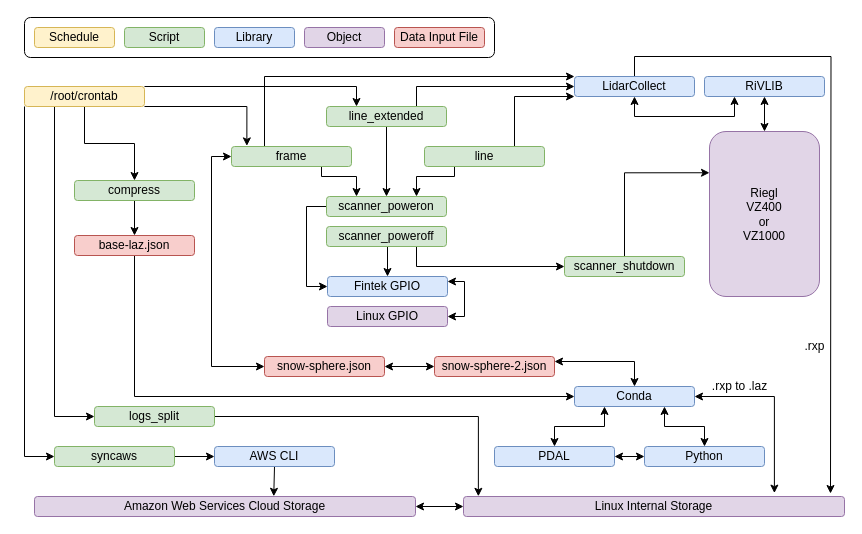
Above: Images/Software_Schematic.drawio in CRREL/Mammoth-A-TLS (draw.io), before the change. Source tidied: cells renumbered, new cells numbered last; positions are measured from the earlier drawing's top-left corner, leaving out a move shared by most shapes. Both pictures are drawn from the tidied source at 100%, with x=0, y=0 at pixel (24, 17).
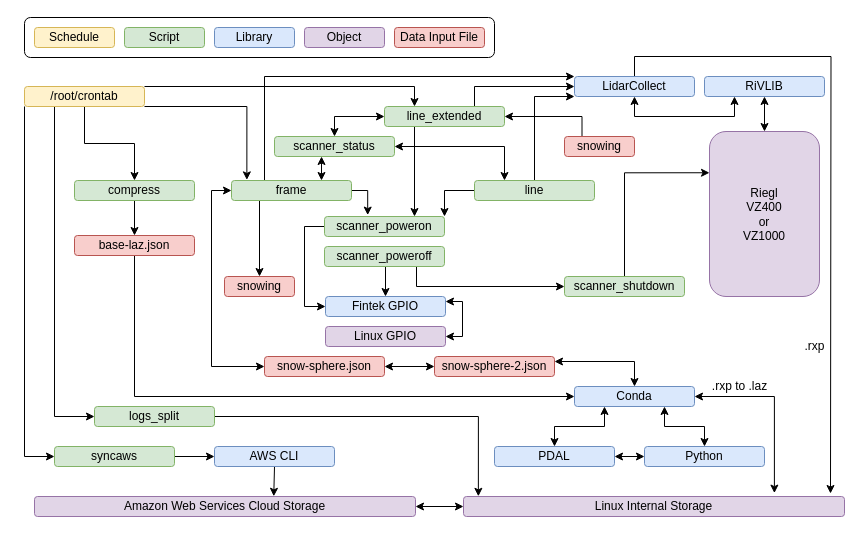
After the change.

Commit message (it also covers changes not shown here):
corrected schematics to remove poweroff calls

The change refers to these unchanged cells:
```xml
<mxCell id="8" value="/root/crontab" style="rounded=1;whiteSpace=wrap;html=1;fillColor=#fff2cc;strokeColor=#d6b656;" parent="1" vertex="1">
  <mxGeometry y="69" width="120" height="20" as="geometry" />
</mxCell>
<mxCell id="20" value="LidarCollect" style="rounded=1;whiteSpace=wrap;html=1;fillColor=#dae8fc;strokeColor=#6c8ebf;" parent="1" vertex="1">
  <mxGeometry x="550" y="59" width="120" height="20" as="geometry" />
</mxCell>
```

Change to the diagram source:
```diff
@@
     <mxCell id="6" style="edgeStyle=orthogonalEdgeStyle;rounded=0;jettySize=auto;html=1;exitX=1;exitY=0;exitDx=0;exitDy=0;entryX=0.25;entryY=0;entryDx=0;entryDy=0;" parent="1" edge="1" source="8" target="62">
       <mxGeometry relative="1" as="geometry">
         <Array as="points">
-          <mxPoint x="332" y="69" />
+          <mxPoint x="390" y="69" />
         </Array>
       </mxGeometry>
     </mxCell>
@@
     <mxCell id="9" style="edgeStyle=orthogonalEdgeStyle;rounded=0;jettySize=auto;html=1;exitX=1;exitY=0.25;exitDx=0;exitDy=0;entryX=1;entryY=0.5;entryDx=0;entryDy=0;startArrow=classic;startFill=1;" parent="1" edge="1" source="10" target="55">
       <mxGeometry relative="1" as="geometry">
         <Array as="points">
-          <mxPoint x="440" y="264" />
-          <mxPoint x="440" y="299" />
+          <mxPoint x="438" y="284" />
+          <mxPoint x="438" y="319" />
         </Array>
       </mxGeometry>
     </mxCell>
     <mxCell id="10" value="Fintek GPIO" style="rounded=1;whiteSpace=wrap;html=1;fillColor=#dae8fc;strokeColor=#6c8ebf;" parent="1" vertex="1">
-      <mxGeometry x="303" y="259" width="120" height="20" as="geometry" />
+      <mxGeometry x="301" y="279" width="120" height="20" as="geometry" />
     </mxCell>
@@
-    <mxCell id="12" style="edgeStyle=orthogonalEdgeStyle;rounded=0;jettySize=auto;html=1;exitX=0.75;exitY=1;exitDx=0;exitDy=0;entryX=0.25;entryY=0;entryDx=0;entryDy=0;startArrow=none;startFill=0;" parent="1" edge="1" source="15" target="35">
-      <mxGeometry relative="1" as="geometry">
-        <Array as="points">
-          <mxPoint x="297" y="159" />
-          <mxPoint x="332" y="159" />
-        </Array>
-      </mxGeometry>
-    </mxCell>
     <mxCell id="13" style="edgeStyle=orthogonalEdgeStyle;rounded=0;jettySize=auto;html=1;exitX=0.25;exitY=0;exitDx=0;exitDy=0;entryX=0;entryY=0;entryDx=0;entryDy=0;startArrow=none;startFill=0;" parent="1" edge="1" source="15" target="20">
       <mxGeometry relative="1" as="geometry">
         <Array as="points">
-          <mxPoint x="240" y="129" />
+          <mxPoint x="240" y="163" />
           <mxPoint x="240" y="59" />
         </Array>
       </mxGeometry>
     </mxCell>
@@
+    <mxCell id="12" style="edgeStyle=orthogonalEdgeStyle;rounded=0;jettySize=auto;html=1;exitX=1;exitY=0.5;exitDx=0;exitDy=0;entryX=0.36;entryY=-0.07;entryDx=0;entryDy=0;entryPerimeter=0;" parent="1" edge="1" source="15" target="35">
+      <mxGeometry relative="1" as="geometry" />
+    </mxCell>
+    <mxCell id="67" style="edgeStyle=orthogonalEdgeStyle;rounded=0;jettySize=auto;html=1;exitX=0.75;exitY=0;exitDx=0;exitDy=0;entryX=0.392;entryY=1;entryDx=0;entryDy=0;entryPerimeter=0;startArrow=classic;startFill=1;" parent="1" edge="1" source="15" target="71">
+      <mxGeometry relative="1" as="geometry" />
+    </mxCell>
+    <mxCell id="68" style="edgeStyle=orthogonalEdgeStyle;rounded=0;jettySize=auto;html=1;exitX=0.25;exitY=1;exitDx=0;exitDy=0;entryX=0.5;entryY=0;entryDx=0;entryDy=0;startArrow=none;startFill=0;" parent="1" edge="1" source="15" target="74">
+      <mxGeometry relative="1" as="geometry">
+        <Array as="points">
+          <mxPoint x="235" y="183" />
+        </Array>
+      </mxGeometry>
+    </mxCell>
     <mxCell id="15" value="frame" style="rounded=1;whiteSpace=wrap;html=1;fillColor=#d5e8d4;strokeColor=#82b366;" parent="1" vertex="1">
-      <mxGeometry x="207" y="129" width="120" height="20" as="geometry" />
+      <mxGeometry x="207" y="163" width="120" height="20" as="geometry" />
     </mxCell>
@@
+    <mxCell id="22" style="edgeStyle=orthogonalEdgeStyle;rounded=0;jettySize=auto;html=1;exitX=0.5;exitY=0;exitDx=0;exitDy=0;entryX=0;entryY=1;entryDx=0;entryDy=0;" parent="1" edge="1" source="23" target="20">
+      <mxGeometry relative="1" as="geometry">
+        <Array as="points">
+          <mxPoint x="510" y="79" />
+        </Array>
+      </mxGeometry>
+    </mxCell>
+    <mxCell id="69" style="edgeStyle=orthogonalEdgeStyle;rounded=0;jettySize=auto;html=1;exitX=0.25;exitY=0;exitDx=0;exitDy=0;entryX=1;entryY=0.5;entryDx=0;entryDy=0;startArrow=classic;startFill=1;" parent="1" edge="1" source="23" target="71">
+      <mxGeometry relative="1" as="geometry" />
+    </mxCell>
-    <mxCell id="21" style="edgeStyle=orthogonalEdgeStyle;rounded=0;jettySize=auto;html=1;exitX=0.25;exitY=1;exitDx=0;exitDy=0;entryX=0.75;entryY=0;entryDx=0;entryDy=0;" parent="1" edge="1" source="23" target="35">
-      <mxGeometry relative="1" as="geometry">
-        <Array as="points">
-          <mxPoint x="430" y="159" />
-          <mxPoint x="392" y="159" />
-        </Array>
-      </mxGeometry>
+    <mxCell id="21" style="edgeStyle=orthogonalEdgeStyle;rounded=0;jettySize=auto;html=1;exitX=0;exitY=0.5;exitDx=0;exitDy=0;entryX=1;entryY=0;entryDx=0;entryDy=0;" parent="1" edge="1" source="23" target="35">
+      <mxGeometry relative="1" as="geometry" />
     </mxCell>
-    <mxCell id="22" style="edgeStyle=orthogonalEdgeStyle;rounded=0;jettySize=auto;html=1;exitX=0.75;exitY=0;exitDx=0;exitDy=0;entryX=0;entryY=1;entryDx=0;entryDy=0;" parent="1" edge="1" source="23" target="20">
-      <mxGeometry relative="1" as="geometry">
-        <Array as="points">
-          <mxPoint x="490" y="79" />
-        </Array>
-      </mxGeometry>
-    </mxCell>
     <mxCell id="23" value="line" style="rounded=1;whiteSpace=wrap;html=1;fillColor=#d5e8d4;strokeColor=#82b366;" parent="1" vertex="1">
-      <mxGeometry x="400" y="129" width="120" height="20" as="geometry" />
+      <mxGeometry x="450" y="163" width="120" height="20" as="geometry" />
     </mxCell>
@@
     <mxCell id="35" value="scanner_poweron" style="rounded=1;whiteSpace=wrap;html=1;fillColor=#d5e8d4;strokeColor=#82b366;" parent="1" vertex="1">
-      <mxGeometry x="302" y="179" width="120" height="20" as="geometry" />
+      <mxGeometry x="300" y="199" width="120" height="20" as="geometry" />
     </mxCell>
@@
     <mxCell id="38" value="scanner_poweroff" style="rounded=1;whiteSpace=wrap;html=1;fillColor=#d5e8d4;strokeColor=#82b366;" parent="1" vertex="1">
-      <mxGeometry x="302" y="209" width="120" height="20" as="geometry" />
+      <mxGeometry x="300" y="229" width="120" height="20" as="geometry" />
     </mxCell>
@@
     <mxCell id="40" value="scanner_shutdown" style="rounded=1;whiteSpace=wrap;html=1;fillColor=#d5e8d4;strokeColor=#82b366;" parent="1" vertex="1">
-      <mxGeometry x="540" y="239" width="120" height="20" as="geometry" />
+      <mxGeometry x="540" y="259" width="120" height="20" as="geometry" />
     </mxCell>
@@
     <mxCell id="55" value="Linux GPIO" style="rounded=1;whiteSpace=wrap;html=1;fillColor=#e1d5e7;strokeColor=#9673a6;" parent="1" vertex="1">
-      <mxGeometry x="303" y="289" width="120" height="20" as="geometry" />
+      <mxGeometry x="301" y="309" width="120" height="20" as="geometry" />
     </mxCell>
@@
+    <mxCell id="61" style="edgeStyle=orthogonalEdgeStyle;rounded=0;jettySize=auto;html=1;exitX=0.75;exitY=0;exitDx=0;exitDy=0;entryX=0;entryY=0.5;entryDx=0;entryDy=0;" parent="1" edge="1" source="62" target="20">
+      <mxGeometry relative="1" as="geometry" />
+    </mxCell>
-    <mxCell id="60" style="edgeStyle=orthogonalEdgeStyle;rounded=0;jettySize=auto;html=1;exitX=0.5;exitY=1;exitDx=0;exitDy=0;entryX=0.5;entryY=0;entryDx=0;entryDy=0;" parent="1" edge="1" source="62" target="35">
+    <mxCell id="60" style="edgeStyle=orthogonalEdgeStyle;rounded=0;jettySize=auto;html=1;exitX=0.25;exitY=1;exitDx=0;exitDy=0;entryX=0.75;entryY=0;entryDx=0;entryDy=0;" parent="1" edge="1" source="62" target="35">
       <mxGeometry relative="1" as="geometry" />
     </mxCell>
-    <mxCell id="61" style="edgeStyle=orthogonalEdgeStyle;rounded=0;jettySize=auto;html=1;exitX=0.75;exitY=0;exitDx=0;exitDy=0;entryX=0;entryY=0.5;entryDx=0;entryDy=0;" parent="1" edge="1" source="62" target="20">
-      <mxGeometry relative="1" as="geometry" />
-    </mxCell>
+    <mxCell id="70" style="edgeStyle=orthogonalEdgeStyle;rounded=0;jettySize=auto;html=1;exitX=0;exitY=0.5;exitDx=0;exitDy=0;entryX=0.5;entryY=0;entryDx=0;entryDy=0;startArrow=classic;startFill=1;" parent="1" edge="1" source="62" target="71">
+      <mxGeometry relative="1" as="geometry" />
+    </mxCell>
     <mxCell id="62" value="line_extended" style="rounded=1;whiteSpace=wrap;html=1;fillColor=#d5e8d4;strokeColor=#82b366;" parent="1" vertex="1">
-      <mxGeometry x="302" y="89" width="120" height="20" as="geometry" />
+      <mxGeometry x="360" y="89" width="120" height="20" as="geometry" />
     </mxCell>
@@
+    <mxCell id="71" value="scanner_status" style="rounded=1;whiteSpace=wrap;html=1;fillColor=#d5e8d4;strokeColor=#82b366;" parent="1" vertex="1">
+      <mxGeometry x="250" y="119" width="120" height="20" as="geometry" />
+    </mxCell>
+    <mxCell id="72" style="edgeStyle=orthogonalEdgeStyle;rounded=0;jettySize=auto;html=1;exitX=0.25;exitY=0;exitDx=0;exitDy=0;entryX=1;entryY=0.5;entryDx=0;entryDy=0;startArrow=none;startFill=0;" parent="1" edge="1" source="73" target="62">
+      <mxGeometry relative="1" as="geometry" />
+    </mxCell>
+    <mxCell id="73" value="snowing" style="rounded=1;whiteSpace=wrap;html=1;fillColor=#f8cecc;strokeColor=#b85450;" parent="1" vertex="1">
+      <mxGeometry x="540" y="119" width="70" height="20" as="geometry" />
+    </mxCell>
+    <mxCell id="74" value="snowing" style="rounded=1;whiteSpace=wrap;html=1;fillColor=#f8cecc;strokeColor=#b85450;" parent="1" vertex="1">
+      <mxGeometry x="200" y="259" width="70" height="20" as="geometry" />
+    </mxCell>
```
